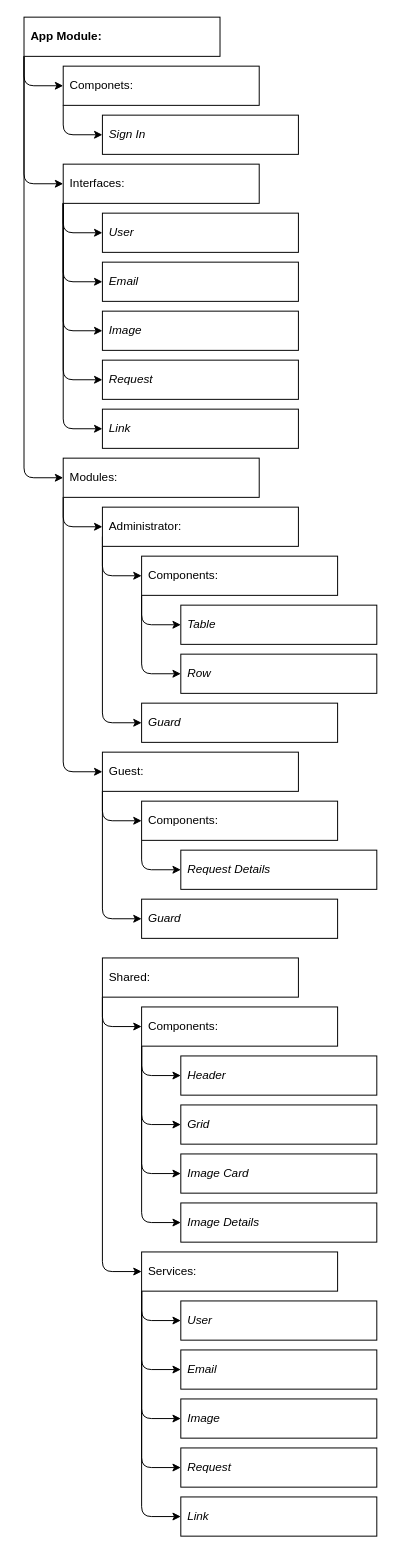
Before: design/angulular-building-blocks.drawio in ska-sa/images-hub, a draw.io diagram. Source tidied: cells renumbered, new cells numbered last; positions are measured from the earlier drawing's top-left corner, leaving out a move shared by most shapes. Both pictures are drawn from the tidied source at 98%, with x=0, y=0 at pixel (24, 17).
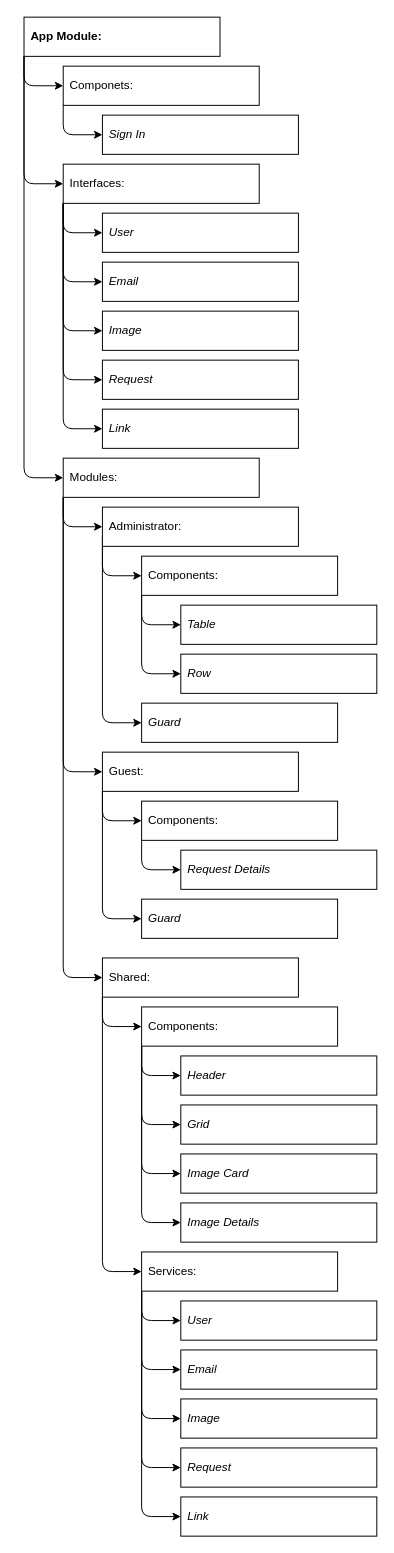
The same page after the edit.

Commit message:
added the measing connections on the angular components diagram

Unchanged cells that the change refers to:
```xml
<mxCell id="22" value="Modules:" style="rounded=0;whiteSpace=wrap;html=1;align=left;spacingLeft=5;spacingBottom=5;spacingRight=5;spacingTop=5;" parent="1" vertex="1">
  <mxGeometry x="40" y="450" width="200" height="40" as="geometry" />
</mxCell>
<mxCell id="41" value="Shared:" style="rounded=0;whiteSpace=wrap;html=1;align=left;spacingLeft=5;spacingBottom=5;spacingRight=5;spacingTop=5;" parent="1" vertex="1">
  <mxGeometry x="80" y="960" width="200" height="40" as="geometry" />
</mxCell>
```

The edit, as a diff of the source:
```diff
@@
+    <mxCell id="62" style="edgeStyle=none;html=1;exitX=0;exitY=1;exitDx=0;exitDy=0;entryX=0;entryY=0.5;entryDx=0;entryDy=0;" parent="1" edge="1" source="22" target="41">
+      <mxGeometry relative="1" as="geometry">
+        <Array as="points">
+          <mxPoint x="40" y="980" />
+        </Array>
+      </mxGeometry>
+    </mxCell>
```
